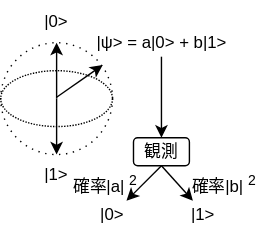
Above: images/lec-qc1.drawio.svg in herumi/lecture-crypto (draw.io), before the change. Source tidied: cells renumbered, new cells last; positions are measured from the earlier drawing's top-left corner, leaving out a move shared by most shapes. The source it was exported from:
```xml
<mxGraphModel>
  <root>
    <mxCell id="0" />
    <mxCell id="1" parent="0" />
    <mxCell id="2" style="ellipse;whiteSpace=wrap;html=1;dashed=1;dashPattern=1 4;" parent="1" vertex="1">
      <mxGeometry y="30" width="80" height="80" as="geometry" />
    </mxCell>
    <mxCell id="3" style="endArrow=classic;html=1;" parent="1" edge="1">
      <mxGeometry relative="1" as="geometry">
        <mxPoint x="40" y="70" as="sourcePoint" />
        <mxPoint x="40" y="30" as="targetPoint" />
      </mxGeometry>
    </mxCell>
    <mxCell id="4" style="endArrow=classic;html=1;entryX=0.5;entryY=0;entryDx=0;entryDy=0;" parent="1" edge="1" target="5">
      <mxGeometry relative="1" as="geometry">
        <mxPoint x="40" y="70" as="sourcePoint" />
      </mxGeometry>
    </mxCell>
    <mxCell id="5" value="|1&amp;gt;" style="text;html=1;align=center;verticalAlign=middle;whiteSpace=wrap;rounded=0;" parent="1" vertex="1">
      <mxGeometry x="25" y="110" width="30" height="30" as="geometry" />
    </mxCell>
    <mxCell id="6" value="|0&amp;gt;" style="text;html=1;align=center;verticalAlign=middle;whiteSpace=wrap;rounded=0;" parent="1" vertex="1">
      <mxGeometry x="25" width="30" height="30" as="geometry" />
    </mxCell>
    <mxCell id="7" style="endArrow=classic;html=1;" parent="1" edge="1">
      <mxGeometry relative="1" as="geometry">
        <mxPoint x="40" y="69" as="sourcePoint" />
        <mxPoint x="73" y="46" as="targetPoint" />
      </mxGeometry>
    </mxCell>
    <mxCell id="8" style="edgeStyle=none;html=1;exitX=0.5;exitY=1;exitDx=0;exitDy=0;" parent="1" edge="1" source="10" target="13">
      <mxGeometry relative="1" as="geometry" />
    </mxCell>
    <mxCell id="9" style="edgeStyle=none;html=1;exitX=0.5;exitY=1;exitDx=0;exitDy=0;entryX=0.25;entryY=0;entryDx=0;entryDy=0;" parent="1" edge="1" source="10" target="14">
      <mxGeometry relative="1" as="geometry" />
    </mxCell>
    <mxCell id="10" value="観測" style="rounded=1;whiteSpace=wrap;html=1;" parent="1" vertex="1">
      <mxGeometry x="95" y="98" width="40" height="20" as="geometry" />
    </mxCell>
    <mxCell id="11" style="endArrow=classic;html=1;exitX=0.5;exitY=1;exitDx=0;exitDy=0;entryX=0.5;entryY=0;entryDx=0;entryDy=0;" parent="1" edge="1" source="12" target="10">
      <mxGeometry relative="1" as="geometry" />
    </mxCell>
    <mxCell id="12" value="|ψ&amp;gt; = a|0&amp;gt; + b|1&amp;gt;" style="text;html=1;align=center;verticalAlign=middle;whiteSpace=wrap;rounded=0;" parent="1" vertex="1">
      <mxGeometry x="67.5" y="20" width="95" height="20" as="geometry" />
    </mxCell>
    <mxCell id="13" value="|0&amp;gt;" style="text;html=1;align=center;verticalAlign=middle;whiteSpace=wrap;rounded=0;" parent="1" vertex="1">
      <mxGeometry x="65" y="143" width="30" height="20" as="geometry" />
    </mxCell>
    <mxCell id="14" value="|1&amp;gt;" style="text;html=1;align=center;verticalAlign=middle;whiteSpace=wrap;rounded=0;" parent="1" vertex="1">
      <mxGeometry x="130" y="143" width="30" height="20" as="geometry" />
    </mxCell>
    <mxCell id="15" value="確率|a|&lt;sup&gt;2&lt;/sup&gt;" style="text;html=1;align=center;verticalAlign=middle;whiteSpace=wrap;rounded=0;" parent="1" vertex="1">
      <mxGeometry x="50" y="121" width="50" height="20" as="geometry" />
    </mxCell>
    <mxCell id="16" value="確率|b|&lt;sup&gt;2&lt;/sup&gt;" style="text;html=1;align=center;verticalAlign=middle;whiteSpace=wrap;rounded=0;" parent="1" vertex="1">
      <mxGeometry x="135" y="121" width="50" height="20" as="geometry" />
    </mxCell>
    <mxCell id="17" style="ellipse;whiteSpace=wrap;html=1;fillColor=none;dashed=1;dashPattern=1 1;" parent="1" vertex="1">
      <mxGeometry y="50" width="80" height="40" as="geometry" />
    </mxCell>
  </root>
</mxGraphModel>
```
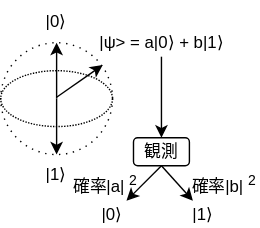
After the change.

What changed in the source:
```diff
@@ -16,10 +16,10 @@
         <mxPoint x="40" y="70" as="sourcePoint" />
       </mxGeometry>
     </mxCell>
-    <mxCell id="5" value="|1&amp;gt;" style="text;html=1;align=center;verticalAlign=middle;whiteSpace=wrap;rounded=0;" parent="1" vertex="1">
+    <mxCell id="5" value="|1⟩" style="text;html=1;align=center;verticalAlign=middle;whiteSpace=wrap;rounded=0;" parent="1" vertex="1">
       <mxGeometry x="25" y="110" width="30" height="30" as="geometry" />
     </mxCell>
-    <mxCell id="6" value="|0&amp;gt;" style="text;html=1;align=center;verticalAlign=middle;whiteSpace=wrap;rounded=0;" parent="1" vertex="1">
+    <mxCell id="6" value="|0⟩" style="text;html=1;align=center;verticalAlign=middle;whiteSpace=wrap;rounded=0;" parent="1" vertex="1">
       <mxGeometry x="25" width="30" height="30" as="geometry" />
     </mxCell>
     <mxCell id="7" style="endArrow=classic;html=1;" parent="1" edge="1">
@@ -40,13 +40,13 @@
     <mxCell id="11" style="endArrow=classic;html=1;exitX=0.5;exitY=1;exitDx=0;exitDy=0;entryX=0.5;entryY=0;entryDx=0;entryDy=0;" parent="1" edge="1" source="12" target="10">
       <mxGeometry relative="1" as="geometry" />
     </mxCell>
-    <mxCell id="12" value="|ψ&amp;gt; = a|0&amp;gt; + b|1&amp;gt;" style="text;html=1;align=center;verticalAlign=middle;whiteSpace=wrap;rounded=0;" parent="1" vertex="1">
+    <mxCell id="12" value="|ψ&amp;gt; = a|0⟩ + b|1⟩" style="text;html=1;align=center;verticalAlign=middle;whiteSpace=wrap;rounded=0;" parent="1" vertex="1">
       <mxGeometry x="67.5" y="20" width="95" height="20" as="geometry" />
     </mxCell>
-    <mxCell id="13" value="|0&amp;gt;" style="text;html=1;align=center;verticalAlign=middle;whiteSpace=wrap;rounded=0;" parent="1" vertex="1">
+    <mxCell id="13" value="|0⟩" style="text;html=1;align=center;verticalAlign=middle;whiteSpace=wrap;rounded=0;" parent="1" vertex="1">
       <mxGeometry x="65" y="143" width="30" height="20" as="geometry" />
     </mxCell>
-    <mxCell id="14" value="|1&amp;gt;" style="text;html=1;align=center;verticalAlign=middle;whiteSpace=wrap;rounded=0;" parent="1" vertex="1">
+    <mxCell id="14" value="|1⟩" style="text;html=1;align=center;verticalAlign=middle;whiteSpace=wrap;rounded=0;" parent="1" vertex="1">
       <mxGeometry x="130" y="143" width="30" height="20" as="geometry" />
     </mxCell>
     <mxCell id="15" value="確率|a|&lt;sup&gt;2&lt;/sup&gt;" style="text;html=1;align=center;verticalAlign=middle;whiteSpace=wrap;rounded=0;" parent="1" vertex="1">
```
